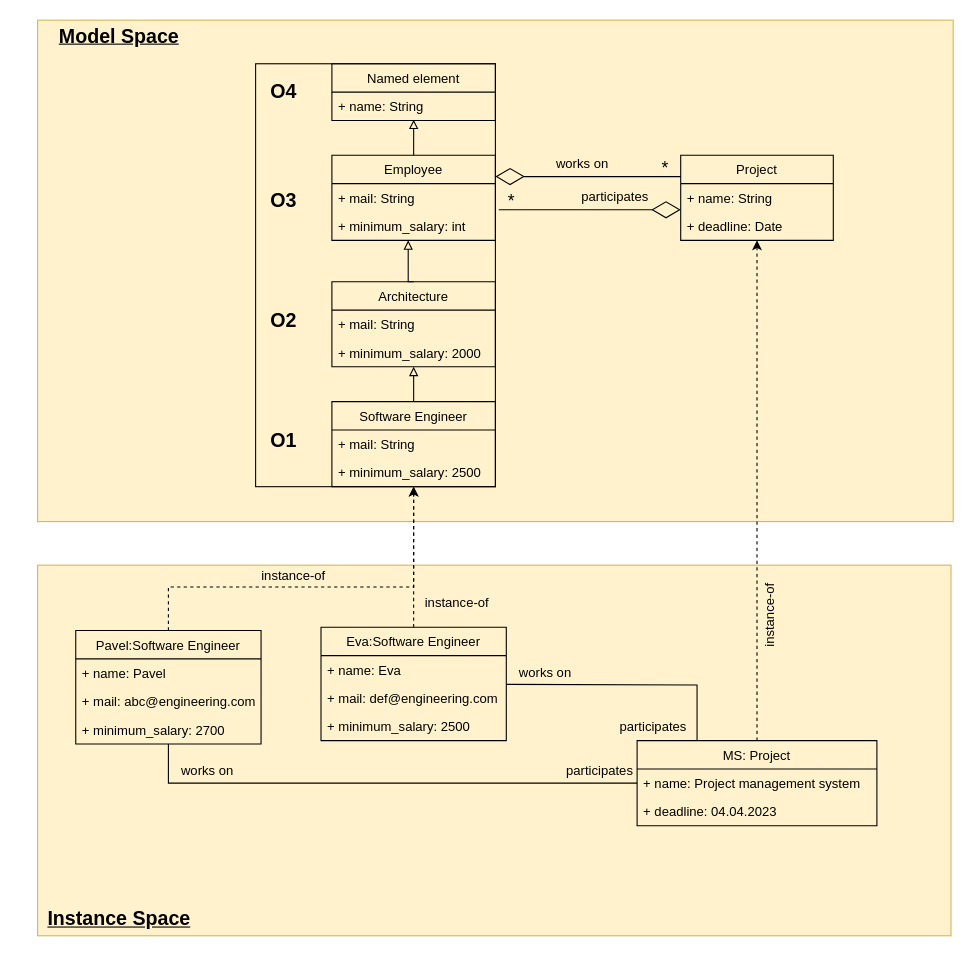
The draw.io diagram assets/concept/constraints in deep modeling.drawio in AntonSk98/User-driven-constraint-modelling-for-entity-models-at-runtime, before the edit. Source tidied: cells renumbered, new cells numbered last; positions are measured from the earlier drawing's top-left corner, leaving out a move shared by most shapes. Both pictures are drawn from the tidied source at 109%, with x=0, y=0 at pixel (26, 20).
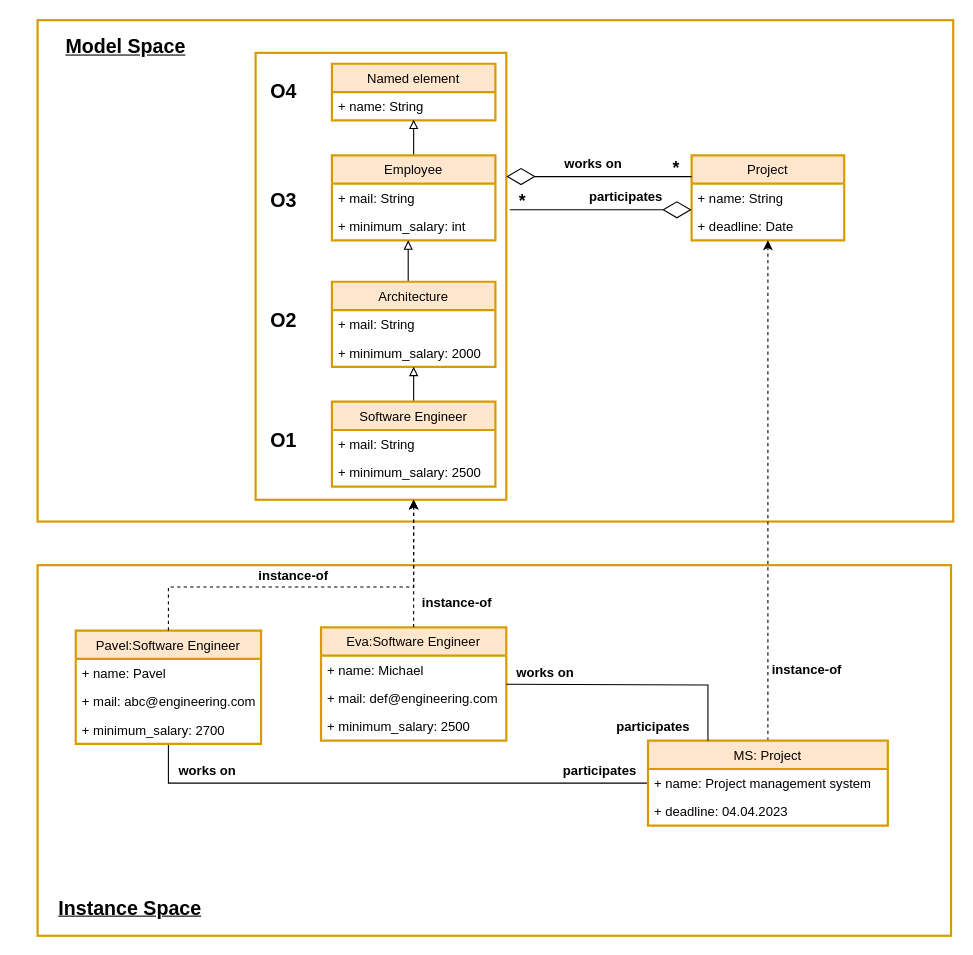
Above is the later version.

Unchanged cells that the change refers to:
```xml
<mxCell id="8" value="+ mail: String" style="text;strokeColor=none;fillColor=none;align=left;verticalAlign=top;spacingLeft=4;spacingRight=4;overflow=hidden;points=[[0,0.5],[1,0.5]];portConstraint=eastwest;" parent="7" vertex="1">
  <mxGeometry y="26" width="150" height="26" as="geometry" />
</mxCell>
<mxCell id="28" value="+ name: String" style="text;strokeColor=none;fillColor=none;align=left;verticalAlign=top;spacingLeft=4;spacingRight=4;overflow=hidden;points=[[0,0.5],[1,0.5]];portConstraint=eastwest;" parent="27" vertex="1">
  <mxGeometry y="26" width="140" height="26" as="geometry" />
</mxCell>
```

Change to the diagram source:
```diff
@@
+    <mxCell id="3" style="rounded=0;whiteSpace=wrap;html=1;strokeColor=#D79B00;strokeWidth=2;" parent="1" vertex="1">
+      <mxGeometry x="10" width="840" height="460" as="geometry" />
+    </mxCell>
+    <mxCell id="30" style="rounded=0;whiteSpace=wrap;html=1;fontSize=18;fillColor=none;strokeColor=#D79B00;strokeWidth=2;" parent="1" vertex="1">
+      <mxGeometry x="210" y="30" width="230" height="410" as="geometry" />
+    </mxCell>
-    <mxCell id="2" style="rounded=0;whiteSpace=wrap;html=1;fillColor=#fff2cc;strokeColor=#d6b656;" parent="1" vertex="1">
+    <mxCell id="2" style="rounded=0;whiteSpace=wrap;html=1;strokeColor=#D79B00;strokeWidth=2;" parent="1" vertex="1">
       <mxGeometry x="10" y="500" width="838" height="340" as="geometry" />
     </mxCell>
-    <mxCell id="3" style="rounded=0;whiteSpace=wrap;html=1;fillColor=#fff2cc;strokeColor=#d6b656;" parent="1" vertex="1">
-      <mxGeometry x="10" width="840" height="460" as="geometry" />
-    </mxCell>
-    <mxCell id="4" value="Named element" style="swimlane;fontStyle=0;horizontal=1;startSize=26;fillColor=none;" parent="1" vertex="1">
+    <mxCell id="4" value="Named element" style="swimlane;fontStyle=0;horizontal=1;startSize=26;fillColor=#ffe6cc;strokeColor=#d79b00;strokeWidth=2;" parent="1" vertex="1">
       <mxGeometry x="280" y="40" width="150" height="52" as="geometry" />
     </mxCell>
@@
-    <mxCell id="7" value="Employee" style="swimlane;fontStyle=0;horizontal=1;startSize=26;fillColor=none;" parent="1" vertex="1">
+    <mxCell id="7" value="Employee" style="swimlane;fontStyle=0;horizontal=1;startSize=26;fillColor=#ffe6cc;strokeColor=#d79b00;strokeWidth=2;" parent="1" vertex="1">
       <mxGeometry x="280" y="124" width="150" height="78" as="geometry" />
     </mxCell>
@@
-    <mxCell id="11" value="Architecture" style="swimlane;fontStyle=0;horizontal=1;startSize=26;fillColor=none;" parent="1" vertex="1">
+    <mxCell id="11" value="Architecture" style="swimlane;fontStyle=0;horizontal=1;startSize=26;fillColor=#ffe6cc;strokeColor=#d79b00;strokeWidth=2;" parent="1" vertex="1">
       <mxGeometry x="280" y="240" width="150" height="78" as="geometry" />
     </mxCell>
@@
-    <mxCell id="15" value="Software Engineer" style="swimlane;fontStyle=0;horizontal=1;startSize=26;fillColor=none;" parent="1" vertex="1">
+    <mxCell id="15" value="Software Engineer" style="swimlane;fontStyle=0;horizontal=1;startSize=26;fillColor=#ffe6cc;strokeColor=#d79b00;strokeWidth=2;" parent="1" vertex="1">
       <mxGeometry x="280" y="350" width="150" height="78" as="geometry" />
     </mxCell>
@@
-    <mxCell id="19" value="Pavel:Software Engineer" style="swimlane;fontStyle=0;horizontal=1;startSize=26;fillColor=none;" parent="1" vertex="1">
+    <mxCell id="19" value="Pavel:Software Engineer" style="swimlane;fontStyle=0;horizontal=1;startSize=26;fillColor=#ffe6cc;strokeColor=#d79b00;strokeWidth=2;" parent="1" vertex="1">
       <mxGeometry x="45" y="560" width="170" height="104" as="geometry" />
     </mxCell>
@@
-    <mxCell id="23" value="Eva:Software Engineer" style="swimlane;fontStyle=0;horizontal=1;startSize=26;fillColor=none;" parent="1" vertex="1">
+    <mxCell id="23" value="Eva:Software Engineer" style="swimlane;fontStyle=0;horizontal=1;startSize=26;fillColor=#ffe6cc;strokeColor=#d79b00;strokeWidth=2;" parent="1" vertex="1">
       <mxGeometry x="270" y="557" width="170" height="104" as="geometry" />
     </mxCell>
-    <mxCell id="24" value="+ name: Eva" style="text;strokeColor=none;fillColor=none;align=left;verticalAlign=top;spacingLeft=4;spacingRight=4;overflow=hidden;" parent="23" vertex="1">
+    <mxCell id="24" value="+ name: Michael" style="text;align=left;verticalAlign=top;spacingLeft=4;spacingRight=4;overflow=hidden;" parent="23" vertex="1">
       <mxGeometry y="26" width="170" height="26" as="geometry" />
     </mxCell>
@@
-    <mxCell id="27" value="Project" style="swimlane;fontStyle=0;horizontal=1;startSize=26;fillColor=none;" parent="1" vertex="1">
-      <mxGeometry x="600" y="124" width="140" height="78" as="geometry" />
+    <mxCell id="27" value="Project" style="swimlane;fontStyle=0;horizontal=1;startSize=26;fillColor=#ffe6cc;strokeColor=#d79b00;strokeWidth=2;" parent="1" vertex="1">
+      <mxGeometry x="610" y="124" width="140" height="78" as="geometry" />
     </mxCell>
@@
-    <mxCell id="30" style="rounded=0;whiteSpace=wrap;html=1;fontSize=18;fillColor=none;" parent="1" vertex="1">
-      <mxGeometry x="210" y="40" width="220" height="388" as="geometry" />
-    </mxCell>
@@
-    <mxCell id="32" style="endArrow=diamondThin;endFill=0;endSize=24;html=1;rounded=0;fontSize=16;entryX=1;entryY=0.25;entryDx=0;entryDy=0;exitX=0;exitY=0.25;exitDx=0;exitDy=0;" parent="1" edge="1" source="27" target="7">
-      <mxGeometry relative="1" as="geometry" />
+    <mxCell id="32" style="endArrow=diamondThin;endFill=0;endSize=24;html=1;rounded=0;fontSize=16;entryX=1;entryY=0.25;entryDx=0;entryDy=0;exitX=0;exitY=0.25;exitDx=0;exitDy=0;" parent="1" edge="1" source="27">
+      <mxGeometry relative="1" as="geometry">
+        <mxPoint x="440" y="143.5" as="targetPoint" />
+      </mxGeometry>
     </mxCell>
-    <mxCell id="33" style="endArrow=diamondThin;endFill=0;endSize=24;html=1;rounded=0;fontSize=16;entryX=0;entryY=0.923;entryDx=0;entryDy=0;exitX=1.021;exitY=0.923;exitDx=0;exitDy=0;entryPerimeter=0;exitPerimeter=0;" parent="1" edge="1" source="8" target="28">
-      <mxGeometry relative="1" as="geometry" />
+    <mxCell id="33" style="endArrow=diamondThin;endFill=0;endSize=24;html=1;rounded=0;fontSize=16;entryX=0;entryY=0.923;entryDx=0;entryDy=0;exitX=1.021;exitY=0.923;exitDx=0;exitDy=0;entryPerimeter=0;exitPerimeter=0;" parent="1" edge="1" target="28">
+      <mxGeometry relative="1" as="geometry">
+        <mxPoint x="443.2" y="174" as="sourcePoint" />
+      </mxGeometry>
     </mxCell>
-    <mxCell id="34" value="works on" style="text;html=1;strokeColor=none;fillColor=none;align=center;verticalAlign=middle;whiteSpace=wrap;rounded=0;fontSize=12;" parent="1" vertex="1">
-      <mxGeometry x="470" y="117" width="80" height="30" as="geometry" />
+    <mxCell id="34" value="works on" style="text;html=1;strokeColor=none;fillColor=none;align=center;verticalAlign=middle;whiteSpace=wrap;rounded=0;fontSize=12;fontStyle=1;" parent="1" vertex="1">
+      <mxGeometry x="480" y="117" width="80" height="30" as="geometry" />
     </mxCell>
-    <mxCell id="35" value="participates" style="text;html=1;strokeColor=none;fillColor=none;align=center;verticalAlign=middle;whiteSpace=wrap;rounded=0;fontSize=12;" parent="1" vertex="1">
-      <mxGeometry x="500" y="147" width="80" height="30" as="geometry" />
+    <mxCell id="35" value="participates" style="text;html=1;strokeColor=none;fillColor=none;align=center;verticalAlign=middle;whiteSpace=wrap;rounded=0;fontSize=12;fontStyle=1;" parent="1" vertex="1">
+      <mxGeometry x="510" y="147" width="80" height="30" as="geometry" />
     </mxCell>
-    <mxCell id="36" value="*" style="text;html=1;strokeColor=none;fillColor=none;align=center;verticalAlign=middle;whiteSpace=wrap;rounded=0;fontSize=16;" parent="1" vertex="1">
-      <mxGeometry x="415" y="151" width="60" height="30" as="geometry" />
+    <mxCell id="36" value="*" style="text;html=1;strokeColor=none;fillColor=none;align=center;verticalAlign=middle;whiteSpace=wrap;rounded=0;fontSize=16;fontStyle=1;" parent="1" vertex="1">
+      <mxGeometry x="425" y="151" width="60" height="30" as="geometry" />
     </mxCell>
-    <mxCell id="37" style="endArrow=classic;html=1;rounded=0;dashed=1;exitX=0.5;exitY=0;exitDx=0;exitDy=0;" parent="1" edge="1" source="19" target="15">
+    <mxCell id="37" style="endArrow=classic;html=1;rounded=0;dashed=1;exitX=0.5;exitY=0;exitDx=0;exitDy=0;" parent="1" edge="1" source="19">
       <mxGeometry relative="1" as="geometry">
+        <mxPoint x="355" y="440" as="targetPoint" />
         <Array as="points">
           <mxPoint x="130" y="520" />
           <mxPoint x="240" y="520" />
           <mxPoint x="355" y="520" />
         </Array>
       </mxGeometry>
     </mxCell>
-    <mxCell id="38" style="endArrow=classic;html=1;rounded=0;dashed=1;exitX=0.5;exitY=0;exitDx=0;exitDy=0;" parent="1" edge="1" source="23" target="15">
-      <mxGeometry relative="1" as="geometry" />
+    <mxCell id="38" style="endArrow=classic;html=1;rounded=0;dashed=1;exitX=0.5;exitY=0;exitDx=0;exitDy=0;" parent="1" edge="1" source="23">
+      <mxGeometry relative="1" as="geometry">
+        <mxPoint x="355" y="440" as="targetPoint" />
+      </mxGeometry>
     </mxCell>
-    <mxCell id="39" value="instance-of" style="text;html=1;strokeColor=none;fillColor=none;align=center;verticalAlign=middle;whiteSpace=wrap;rounded=0;" parent="1" vertex="1">
+    <mxCell id="39" value="instance-of" style="text;html=1;strokeColor=none;fillColor=none;align=center;verticalAlign=middle;whiteSpace=wrap;rounded=0;fontStyle=1;" parent="1" vertex="1">
       <mxGeometry x="210" y="495" width="70" height="30" as="geometry" />
     </mxCell>
-    <mxCell id="40" value="instance-of" style="text;html=1;strokeColor=none;fillColor=none;align=center;verticalAlign=middle;whiteSpace=wrap;rounded=0;rotation=0;" parent="1" vertex="1">
+    <mxCell id="40" value="instance-of" style="text;html=1;strokeColor=none;fillColor=none;align=center;verticalAlign=middle;whiteSpace=wrap;rounded=0;rotation=0;fontStyle=1;" parent="1" vertex="1">
       <mxGeometry x="360" y="520" width="70" height="30" as="geometry" />
     </mxCell>
@@
-    <mxCell id="42" value="MS: Project" style="swimlane;fontStyle=0;horizontal=1;startSize=26;fillColor=none;" parent="1" vertex="1">
-      <mxGeometry x="560" y="661" width="220" height="78" as="geometry" />
+    <mxCell id="42" value="MS: Project" style="swimlane;fontStyle=0;horizontal=1;startSize=26;fillColor=#ffe6cc;strokeColor=#d79b00;strokeWidth=2;" parent="1" vertex="1">
+      <mxGeometry x="570" y="661" width="220" height="78" as="geometry" />
     </mxCell>
@@
-    <mxCell id="45" value="*" style="text;html=1;strokeColor=none;fillColor=none;align=center;verticalAlign=middle;whiteSpace=wrap;rounded=0;fontSize=16;" parent="1" vertex="1">
-      <mxGeometry x="556" y="121" width="60" height="30" as="geometry" />
+    <mxCell id="45" value="&lt;b&gt;*&lt;/b&gt;" style="text;html=1;strokeColor=none;fillColor=none;align=center;verticalAlign=middle;whiteSpace=wrap;rounded=0;fontSize=16;fontStyle=0;" parent="1" vertex="1">
+      <mxGeometry x="566" y="121" width="60" height="30" as="geometry" />
     </mxCell>
     <mxCell id="46" style="endArrow=none;html=1;rounded=0;entryX=0.25;entryY=0;entryDx=0;entryDy=0;" parent="1" edge="1" source="23" target="42">
       <mxGeometry relative="1" as="geometry">
         <Array as="points">
-          <mxPoint x="615" y="610" />
+          <mxPoint x="625" y="610" />
         </Array>
       </mxGeometry>
     </mxCell>
-    <mxCell id="47" value="works on" style="text;html=1;strokeColor=none;fillColor=none;align=center;verticalAlign=middle;whiteSpace=wrap;rounded=0;fontSize=12;" parent="1" vertex="1">
+    <mxCell id="47" value="works on" style="text;html=1;strokeColor=none;fillColor=none;align=center;verticalAlign=middle;whiteSpace=wrap;rounded=0;fontSize=12;fontStyle=1;" parent="1" vertex="1">
       <mxGeometry x="436" y="584" width="80" height="30" as="geometry" />
     </mxCell>
-    <mxCell id="48" value="works on" style="text;html=1;strokeColor=none;fillColor=none;align=center;verticalAlign=middle;whiteSpace=wrap;rounded=0;fontSize=12;" parent="1" vertex="1">
+    <mxCell id="48" value="works on" style="text;html=1;strokeColor=none;fillColor=none;align=center;verticalAlign=middle;whiteSpace=wrap;rounded=0;fontSize=12;fontStyle=1;" parent="1" vertex="1">
       <mxGeometry x="126" y="674" width="80" height="30" as="geometry" />
     </mxCell>
-    <mxCell id="49" value="participates" style="text;html=1;strokeColor=none;fillColor=none;align=center;verticalAlign=middle;whiteSpace=wrap;rounded=0;fontSize=12;" parent="1" vertex="1">
+    <mxCell id="49" value="participates" style="text;html=1;strokeColor=none;fillColor=none;align=center;verticalAlign=middle;whiteSpace=wrap;rounded=0;fontSize=12;fontStyle=1;" parent="1" vertex="1">
       <mxGeometry x="486" y="674" width="80" height="30" as="geometry" />
     </mxCell>
-    <mxCell id="50" value="participates" style="text;html=1;strokeColor=none;fillColor=none;align=center;verticalAlign=middle;whiteSpace=wrap;rounded=0;fontSize=12;" parent="1" vertex="1">
+    <mxCell id="50" value="participates" style="text;html=1;strokeColor=none;fillColor=none;align=center;verticalAlign=middle;whiteSpace=wrap;rounded=0;fontSize=12;fontStyle=1;" parent="1" vertex="1">
       <mxGeometry x="535" y="634" width="80" height="30" as="geometry" />
     </mxCell>
-    <mxCell id="51" value="instance-of" style="text;html=1;strokeColor=none;fillColor=none;align=center;verticalAlign=middle;whiteSpace=wrap;rounded=0;rotation=-90;" parent="1" vertex="1">
-      <mxGeometry x="647" y="531" width="70" height="30" as="geometry" />
+    <mxCell id="51" value="instance-of" style="text;html=1;strokeColor=none;fillColor=none;align=center;verticalAlign=middle;whiteSpace=wrap;rounded=0;rotation=0;fontStyle=1;" parent="1" vertex="1">
+      <mxGeometry x="681" y="581" width="70" height="30" as="geometry" />
     </mxCell>
     <mxCell id="52" value="&lt;b style=&quot;font-size: 18px;&quot;&gt;&lt;u&gt;Model Space&lt;/u&gt;&lt;/b&gt;" style="text;html=1;strokeColor=none;fillColor=none;align=center;verticalAlign=middle;whiteSpace=wrap;rounded=0;fontSize=18;" parent="1" vertex="1">
-      <mxGeometry x="10" width="150" height="30" as="geometry" />
+      <mxGeometry x="16" y="10" width="150" height="30" as="geometry" />
     </mxCell>
     <mxCell id="53" value="&lt;b style=&quot;font-size: 18px;&quot;&gt;&lt;u&gt;Instance Space&lt;/u&gt;&lt;/b&gt;" style="text;html=1;strokeColor=none;fillColor=none;align=center;verticalAlign=middle;whiteSpace=wrap;rounded=0;fontSize=18;" parent="1" vertex="1">
-      <mxGeometry x="10" y="810" width="150" height="30" as="geometry" />
+      <mxGeometry x="20" y="800" width="150" height="30" as="geometry" />
     </mxCell>
```
